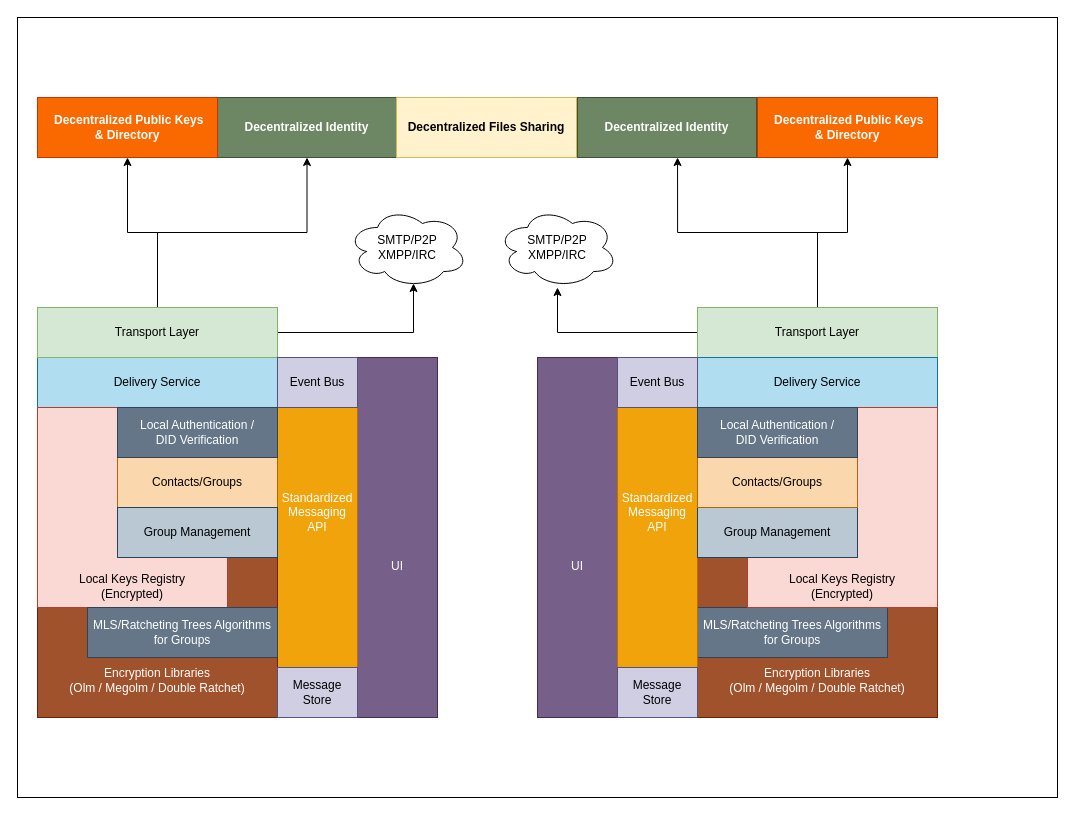
Above: page "layers" (4 of 4) of Messaging end-to-end.drawio in bhatti/Aeron (draw.io), before the change. Source tidied: cells renumbered, new cells numbered last; positions are measured from the earlier drawing's top-left corner, leaving out a move shared by most shapes. Both pictures are drawn from the tidied source at 100%, with x=0, y=0 at pixel (17, 17).
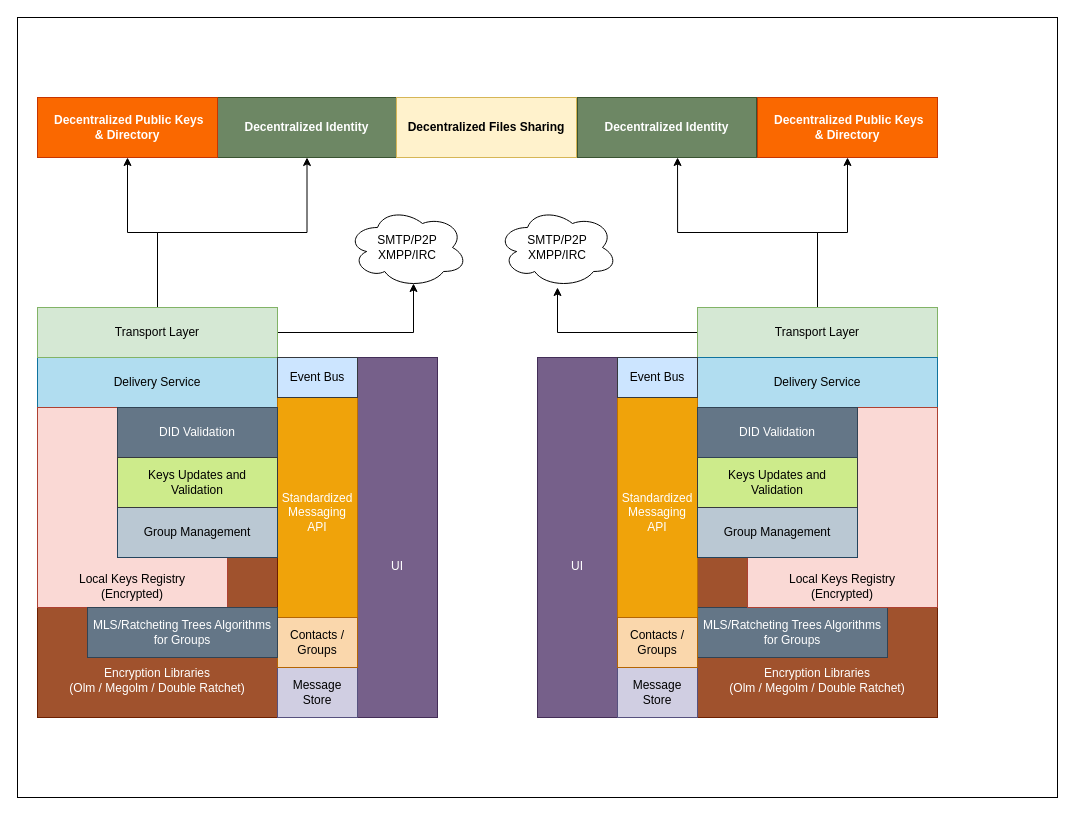
Above is the later version.

Diff of the diagram source:
```diff
@@
-    <mxCell id="30" value="Contacts/Groups" style="rounded=0;whiteSpace=wrap;html=1;fillColor=#fad7ac;strokeColor=#b46504;" parent="1" vertex="1">
+    <mxCell id="30" value="Keys Updates and&lt;br&gt;Validation" style="rounded=0;whiteSpace=wrap;html=1;fillColor=#cdeb8b;strokeColor=#36393d;" parent="1" vertex="1">
       <mxGeometry x="680" y="440" width="160" height="50" as="geometry" />
     </mxCell>
@@
-    <mxCell id="34" value="Contacts/Groups" style="rounded=0;whiteSpace=wrap;html=1;fillColor=#fad7ac;strokeColor=#b46504;" parent="1" vertex="1">
-      <mxGeometry x="100" y="440" width="160" height="50" as="geometry" />
+    <mxCell id="34" value="Contacts / &lt;br&gt;Groups" style="rounded=0;whiteSpace=wrap;html=1;fillColor=#fad7ac;strokeColor=#b46504;" parent="1" vertex="1">
+      <mxGeometry x="260" y="600" width="80" height="50" as="geometry" />
     </mxCell>
@@
-    <mxCell id="38" value="Event Bus" style="rounded=0;whiteSpace=wrap;html=1;fillColor=#d0cee2;strokeColor=#56517e;" parent="1" vertex="1">
-      <mxGeometry x="260" y="340" width="80" height="50" as="geometry" />
+    <mxCell id="38" value="Event Bus" style="rounded=0;whiteSpace=wrap;html=1;fillColor=#cce5ff;strokeColor=#36393d;" parent="1" vertex="1">
+      <mxGeometry x="260" y="340" width="80" height="40" as="geometry" />
     </mxCell>
-    <mxCell id="39" value="Event Bus" style="rounded=0;whiteSpace=wrap;html=1;fillColor=#d0cee2;strokeColor=#56517e;" parent="1" vertex="1">
-      <mxGeometry x="600" y="340" width="80" height="50" as="geometry" />
+    <mxCell id="39" value="Event Bus" style="rounded=0;whiteSpace=wrap;html=1;fillColor=#cce5ff;strokeColor=#36393d;" parent="1" vertex="1">
+      <mxGeometry x="600" y="340" width="80" height="40" as="geometry" />
     </mxCell>
-    <mxCell id="40" value="Local Authentication / &lt;br&gt;DID Verification" style="rounded=0;whiteSpace=wrap;html=1;fillColor=#647687;strokeColor=#314354;fontColor=#ffffff;" parent="1" vertex="1">
+    <mxCell id="40" value="DID Validation" style="rounded=0;whiteSpace=wrap;html=1;fillColor=#647687;strokeColor=#314354;fontColor=#ffffff;" parent="1" vertex="1">
       <mxGeometry x="100" y="390" width="160" height="50" as="geometry" />
     </mxCell>
-    <mxCell id="41" value="Local Authentication /&lt;br&gt;DID Verification" style="rounded=0;whiteSpace=wrap;html=1;fillColor=#647687;strokeColor=#314354;fontColor=#ffffff;" parent="1" vertex="1">
+    <mxCell id="41" value="DID Validation" style="rounded=0;whiteSpace=wrap;html=1;fillColor=#647687;strokeColor=#314354;fontColor=#ffffff;" parent="1" vertex="1">
       <mxGeometry x="680" y="390" width="160" height="50" as="geometry" />
     </mxCell>
+    <mxCell id="42" value="Contacts / &lt;br&gt;Groups" style="rounded=0;whiteSpace=wrap;html=1;fillColor=#fad7ac;strokeColor=#b46504;" parent="1" vertex="1">
+      <mxGeometry x="600" y="600" width="80" height="50" as="geometry" />
+    </mxCell>
+    <mxCell id="43" value="Keys Updates and&lt;br&gt;Validation" style="rounded=0;whiteSpace=wrap;html=1;fillColor=#cdeb8b;strokeColor=#36393d;" parent="1" vertex="1">
+      <mxGeometry x="100" y="440" width="160" height="50" as="geometry" />
+    </mxCell>
```
